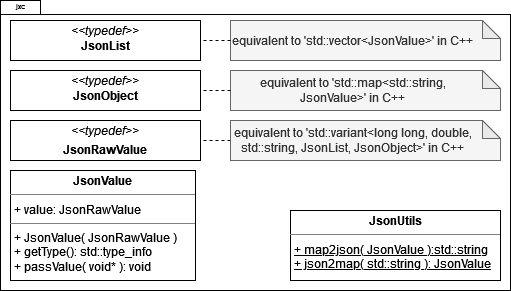
mwhicks-dev/JsonXChange keeps this draw.io diagram as docs/uml.png. Above is the earlier version. Source tidied: cells renumbered, new cells last; positions are measured from the earlier drawing's top-left corner, leaving out a move shared by most shapes.
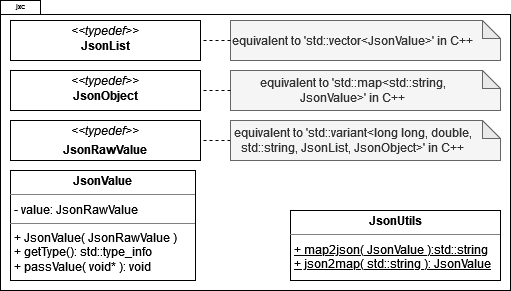
After the change.

Commit message:
UML - JsonValue variant made private

The edit, as a diff of the source:
```diff
@@ -29,7 +29,7 @@
     <mxCell id="10" value="&lt;p style=&quot;margin:0px;margin-top:4px;text-align:center;&quot;&gt;&lt;b&gt;JsonUtils&lt;/b&gt;&lt;/p&gt;&lt;hr size=&quot;1&quot;&gt;&lt;p style=&quot;margin:0px;margin-left:4px;&quot;&gt;&lt;u&gt;+ map2json( JsonValue ):std::string&lt;/u&gt;&lt;/p&gt;&lt;p style=&quot;margin:0px;margin-left:4px;&quot;&gt;&lt;u&gt;+ json2map( std::string ): JsonValue&lt;/u&gt;&lt;br&gt;&lt;/p&gt;" style="verticalAlign=top;align=left;overflow=fill;fontSize=12;fontFamily=Helvetica;html=1;whiteSpace=wrap;" parent="1" vertex="1">
       <mxGeometry x="290" y="210" width="210" height="70" as="geometry" />
     </mxCell>
-    <mxCell id="11" value="&lt;p style=&quot;margin:0px;margin-top:4px;text-align:center;&quot;&gt;&lt;b&gt;JsonValue&lt;/b&gt;&lt;/p&gt;&lt;hr size=&quot;1&quot;&gt;&lt;p style=&quot;margin:0px;margin-left:4px;&quot;&gt;+ value: JsonRawValue&lt;br&gt;&lt;/p&gt;&lt;hr size=&quot;1&quot;&gt;&lt;p style=&quot;margin:0px;margin-left:4px;&quot;&gt;+ JsonValue( JsonRawValue )&lt;br&gt;&lt;/p&gt;&lt;p style=&quot;margin:0px;margin-left:4px;&quot;&gt;+ getType(): std::type_info&lt;/p&gt;&lt;p style=&quot;margin:0px;margin-left:4px;&quot;&gt;+ passValue( void* ): void&lt;br&gt;&lt;/p&gt;" style="verticalAlign=top;align=left;overflow=fill;fontSize=12;fontFamily=Helvetica;html=1;whiteSpace=wrap;" parent="1" vertex="1">
+    <mxCell id="11" value="&lt;p style=&quot;margin:0px;margin-top:4px;text-align:center;&quot;&gt;&lt;b&gt;JsonValue&lt;/b&gt;&lt;/p&gt;&lt;hr size=&quot;1&quot;&gt;&lt;p style=&quot;margin:0px;margin-left:4px;&quot;&gt;- value: JsonRawValue&lt;br&gt;&lt;/p&gt;&lt;hr size=&quot;1&quot;&gt;&lt;p style=&quot;margin:0px;margin-left:4px;&quot;&gt;+ JsonValue( JsonRawValue )&lt;br&gt;&lt;/p&gt;&lt;p style=&quot;margin:0px;margin-left:4px;&quot;&gt;+ getType(): std::type_info&lt;/p&gt;&lt;p style=&quot;margin:0px;margin-left:4px;&quot;&gt;+ passValue( void* ): void&lt;br&gt;&lt;/p&gt;" style="verticalAlign=top;align=left;overflow=fill;fontSize=12;fontFamily=Helvetica;html=1;whiteSpace=wrap;" parent="1" vertex="1">
       <mxGeometry x="10" y="170" width="185" height="110" as="geometry" />
     </mxCell>
     <mxCell id="12" value="&lt;p style=&quot;margin:0px;margin-top:4px;text-align:center;&quot;&gt;&lt;i&gt;&amp;lt;&amp;lt;typedef&amp;gt;&amp;gt;&lt;/i&gt;&lt;/p&gt;&lt;p style=&quot;margin:0px;margin-top:4px;text-align:center;&quot;&gt;&lt;b&gt;JsonRawValue&lt;/b&gt;&lt;br&gt;&lt;/p&gt;" style="verticalAlign=top;align=left;overflow=fill;fontSize=12;fontFamily=Helvetica;html=1;whiteSpace=wrap;" parent="1" vertex="1">
```
